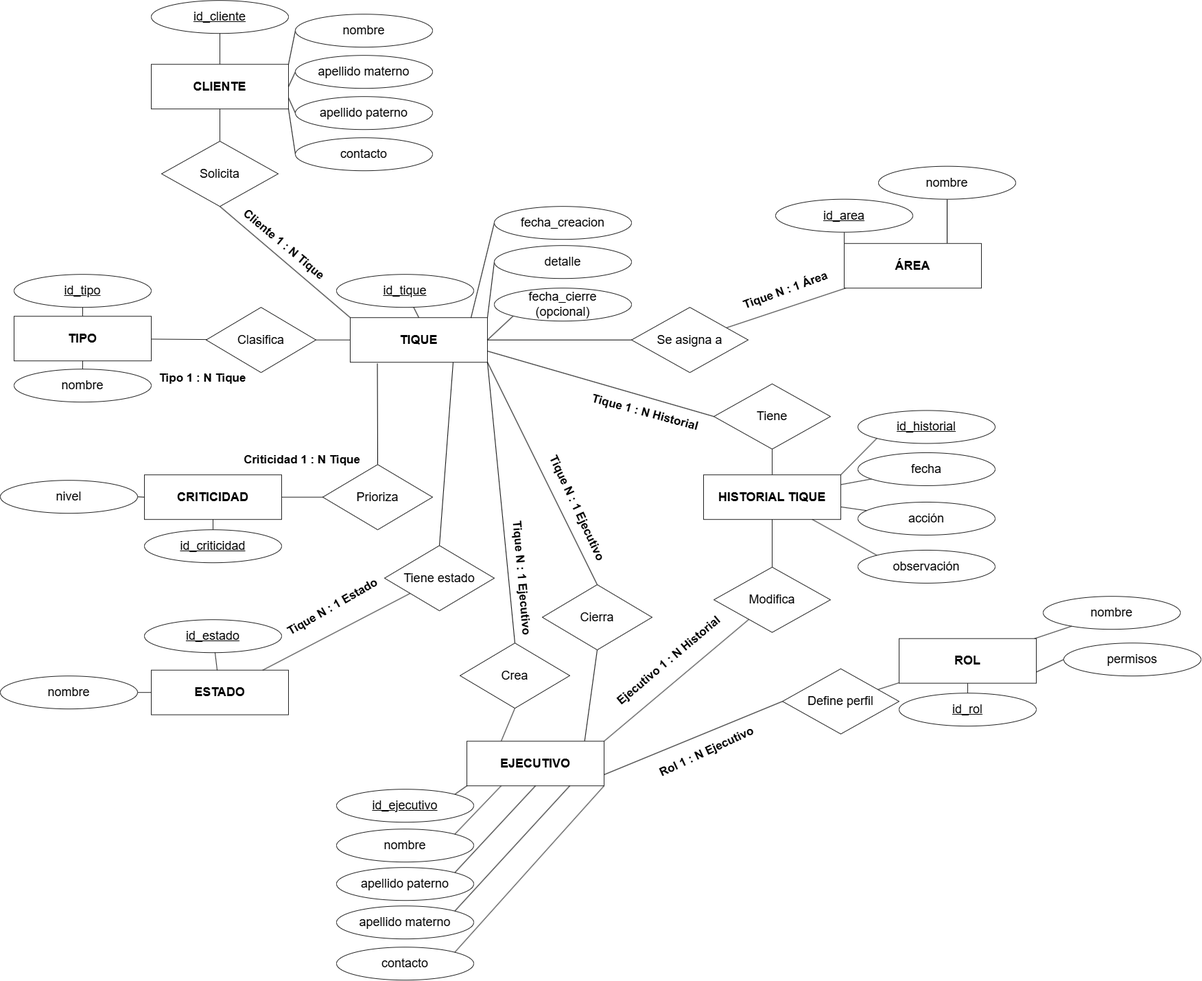
Earlier version of the draw.io export Diagramas/MER-Chen-Actualizado.png (jorgeortizcastillo2020-hue/IEC_C2_N1-Sistema-de-creacion-de-Tiques-JJR). Source tidied: cells renumbered, new cells last; positions are measured from the earlier drawing's top-left corner, leaving out a move shared by most shapes.
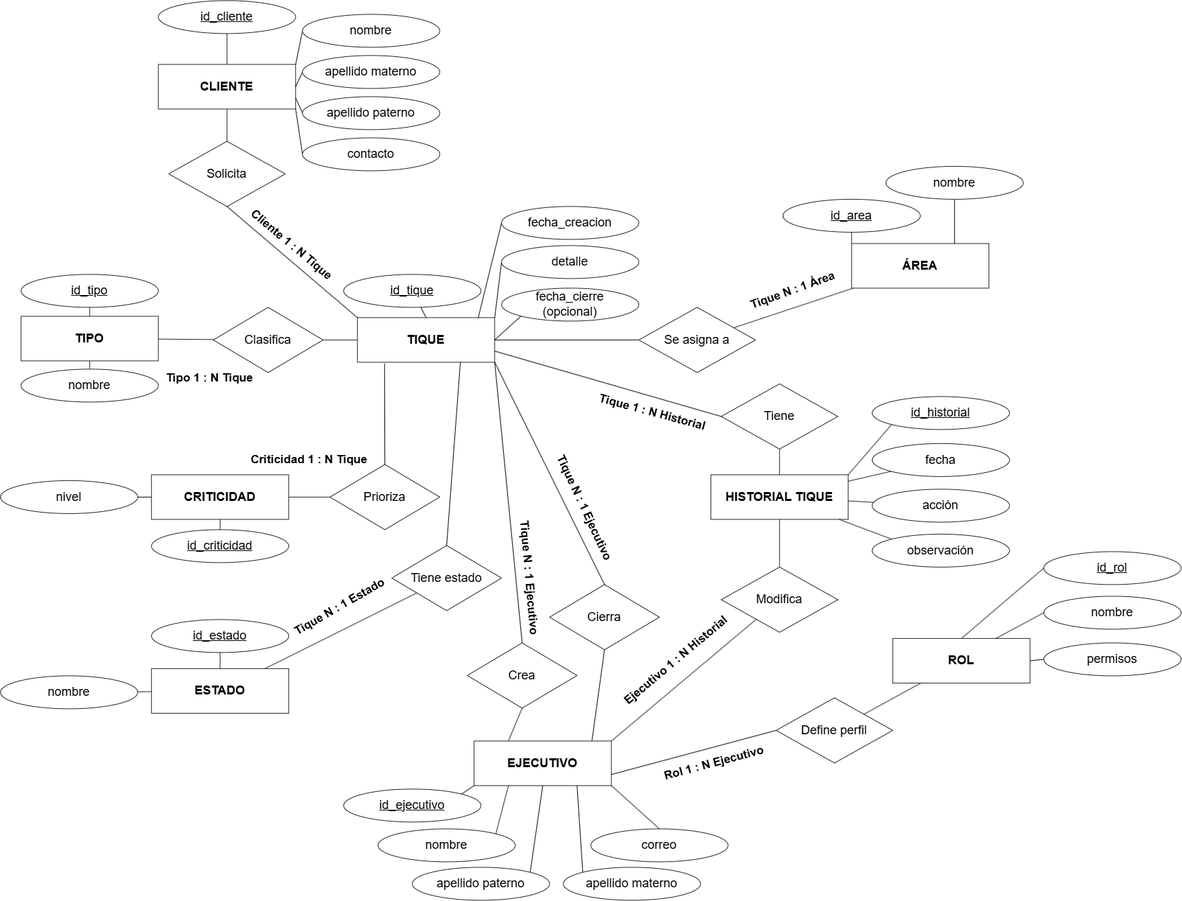
Above is the later version.

Change to the diagram source:
```diff
@@ -54,7 +54,7 @@
       <mxGeometry relative="1" as="geometry" />
     </mxCell>
     <mxCell id="19" value="nivel" style="html=0;whiteSpace=wrap;align=center;verticalAlign=middle;fontFamily=Arial;fontSize=18;strokeColor=#222222;fillColor=#FFFFFF;ellipse;" parent="1" vertex="1">
-      <mxGeometry y="699" width="200" height="48" as="geometry" />
+      <mxGeometry x="-10" y="699.5" width="200" height="48" as="geometry" />
     </mxCell>
     <mxCell id="20" style="edgeStyle=none;shape=connector;rounded=0;jettySize=auto;html=1;exitX=0;exitY=0;exitDx=0;exitDy=0;entryX=0.5;entryY=1;entryDx=0;entryDy=0;strokeColor=default;align=center;verticalAlign=middle;fontFamily=Helvetica;fontSize=11;fontColor=default;labelBackgroundColor=default;startArrow=none;startFill=0;endArrow=none;endFill=0;" parent="1" edge="1" source="23" target="65">
       <mxGeometry relative="1" as="geometry" />
@@ -111,25 +111,25 @@
       <mxGeometry x="1025" y="691" width="200" height="65" as="geometry" />
     </mxCell>
     <mxCell id="38" value="id_historial" style="html=0;whiteSpace=wrap;align=center;verticalAlign=middle;fontFamily=Arial;fontSize=18;strokeColor=#222222;fillColor=#FFFFFF;ellipse;fontStyle=4;" parent="1" vertex="1">
-      <mxGeometry x="1250" y="597.2" width="200" height="48" as="geometry" />
+      <mxGeometry x="1260" y="577" width="200" height="48" as="geometry" />
     </mxCell>
     <mxCell id="39" style="edgeStyle=none;html=0;endArrow=none;startArrow=none;fontSize=18;labelBackgroundColor=#FFFFFF;strokeColor=#222222;exitX=1;exitY=0;exitDx=0;exitDy=0;entryX=0;entryY=1;entryDx=0;entryDy=0;" parent="1" edge="1" source="37" target="38">
       <mxGeometry relative="1" as="geometry" />
     </mxCell>
     <mxCell id="40" value="fecha" style="html=0;whiteSpace=wrap;align=center;verticalAlign=middle;fontFamily=Arial;fontSize=18;strokeColor=#222222;fillColor=#FFFFFF;ellipse;" parent="1" vertex="1">
-      <mxGeometry x="1250" y="658.8" width="200" height="48" as="geometry" />
+      <mxGeometry x="1260" y="645.5" width="200" height="48" as="geometry" />
     </mxCell>
     <mxCell id="41" style="edgeStyle=none;html=0;endArrow=none;startArrow=none;fontSize=18;labelBackgroundColor=#FFFFFF;strokeColor=#222222;" parent="1" edge="1" source="37" target="40">
       <mxGeometry relative="1" as="geometry" />
     </mxCell>
     <mxCell id="42" value="acción" style="html=0;whiteSpace=wrap;align=center;verticalAlign=middle;fontFamily=Arial;fontSize=18;strokeColor=#222222;fillColor=#FFFFFF;ellipse;" parent="1" vertex="1">
-      <mxGeometry x="1250" y="730.8" width="200" height="48" as="geometry" />
+      <mxGeometry x="1260" y="712" width="200" height="48" as="geometry" />
     </mxCell>
     <mxCell id="43" style="edgeStyle=none;html=0;endArrow=none;startArrow=none;fontSize=18;labelBackgroundColor=#FFFFFF;strokeColor=#222222;" parent="1" edge="1" source="37" target="42">
       <mxGeometry relative="1" as="geometry" />
     </mxCell>
     <mxCell id="44" value="observación" style="html=0;whiteSpace=wrap;align=center;verticalAlign=middle;fontFamily=Arial;fontSize=18;strokeColor=#222222;fillColor=#FFFFFF;ellipse;" parent="1" vertex="1">
-      <mxGeometry x="1250" y="800.8" width="200" height="48" as="geometry" />
+      <mxGeometry x="1260" y="777.5" width="200" height="48" as="geometry" />
     </mxCell>
     <mxCell id="45" style="edgeStyle=none;html=0;endArrow=none;startArrow=none;fontSize=18;labelBackgroundColor=#FFFFFF;strokeColor=#222222;entryX=0;entryY=0;entryDx=0;entryDy=0;" parent="1" edge="1" source="37" target="44">
       <mxGeometry relative="1" as="geometry" />
@@ -147,19 +147,19 @@
       <mxGeometry x="490" y="1149" width="200" height="48" as="geometry" />
     </mxCell>
     <mxCell id="50" value="nombre" style="html=0;whiteSpace=wrap;align=center;verticalAlign=middle;fontFamily=Arial;fontSize=18;strokeColor=#222222;fillColor=#FFFFFF;ellipse;" parent="1" vertex="1">
-      <mxGeometry x="490" y="1207" width="200" height="48" as="geometry" />
+      <mxGeometry x="540" y="1207" width="200" height="48" as="geometry" />
     </mxCell>
     <mxCell id="51" style="edgeStyle=none;html=0;endArrow=none;startArrow=none;fontSize=18;labelBackgroundColor=#FFFFFF;strokeColor=#222222;exitX=0.25;exitY=1;exitDx=0;exitDy=0;entryX=1;entryY=0;entryDx=0;entryDy=0;" parent="1" edge="1" source="47" target="50">
       <mxGeometry relative="1" as="geometry" />
     </mxCell>
-    <mxCell id="52" value="contacto" style="html=0;whiteSpace=wrap;align=center;verticalAlign=middle;fontFamily=Arial;fontSize=18;strokeColor=#222222;fillColor=#FFFFFF;ellipse;" parent="1" vertex="1">
-      <mxGeometry x="490" y="1379" width="200" height="48" as="geometry" />
+    <mxCell id="52" value="correo" style="html=0;whiteSpace=wrap;align=center;verticalAlign=middle;fontFamily=Arial;fontSize=18;strokeColor=#222222;fillColor=#FFFFFF;ellipse;" parent="1" vertex="1">
+      <mxGeometry x="850" y="1207" width="200" height="48" as="geometry" />
     </mxCell>
-    <mxCell id="53" style="edgeStyle=none;html=0;endArrow=none;startArrow=none;fontSize=18;labelBackgroundColor=#FFFFFF;strokeColor=#222222;exitX=1;exitY=1;exitDx=0;exitDy=0;entryX=1;entryY=0;entryDx=0;entryDy=0;" parent="1" edge="1" source="47" target="52">
+    <mxCell id="53" style="edgeStyle=none;html=0;endArrow=none;startArrow=none;fontSize=18;labelBackgroundColor=#FFFFFF;strokeColor=#222222;exitX=1;exitY=1;exitDx=0;exitDy=0;entryX=0.5;entryY=0;entryDx=0;entryDy=0;" parent="1" edge="1" source="47" target="52">
       <mxGeometry relative="1" as="geometry" />
     </mxCell>
     <mxCell id="54" value="ESTADO" style="html=0;whiteSpace=wrap;align=center;verticalAlign=middle;fontFamily=Arial;fontSize=18;strokeColor=#222222;fillColor=#FFFFFF;fontStyle=1;" parent="1" vertex="1">
-      <mxGeometry x="220" y="975.5" width="200" height="65" as="geometry" />
+      <mxGeometry x="210" y="973.5" width="200" height="65" as="geometry" />
     </mxCell>
     <mxCell id="55" value="id_estado" style="html=0;whiteSpace=wrap;align=center;verticalAlign=middle;fontFamily=Arial;fontSize=18;strokeColor=#222222;fillColor=#FFFFFF;ellipse;fontStyle=4;" parent="1" vertex="1">
       <mxGeometry x="210" y="902" width="200" height="48" as="geometry" />
@@ -168,27 +168,27 @@
       <mxGeometry relative="1" as="geometry" />
     </mxCell>
     <mxCell id="57" value="nombre" style="html=0;whiteSpace=wrap;align=center;verticalAlign=middle;fontFamily=Arial;fontSize=18;strokeColor=#222222;fillColor=#FFFFFF;ellipse;" parent="1" vertex="1">
-      <mxGeometry y="984" width="200" height="48" as="geometry" />
+      <mxGeometry x="-10" y="984" width="200" height="48" as="geometry" />
     </mxCell>
     <mxCell id="58" style="edgeStyle=none;html=0;endArrow=none;startArrow=none;fontSize=18;labelBackgroundColor=#FFFFFF;strokeColor=#222222;" parent="1" edge="1" source="54" target="57">
       <mxGeometry relative="1" as="geometry" />
     </mxCell>
-    <mxCell id="59" style="edgeStyle=none;shape=connector;rounded=0;jettySize=auto;html=1;exitX=1;exitY=0.75;exitDx=0;exitDy=0;entryX=0;entryY=0.5;entryDx=0;entryDy=0;strokeColor=default;align=center;verticalAlign=middle;fontFamily=Helvetica;fontSize=11;fontColor=default;labelBackgroundColor=default;startArrow=none;startFill=0;endArrow=none;endFill=0;" parent="1" edge="1" source="60" target="108">
+    <mxCell id="59" style="edgeStyle=none;shape=connector;rounded=0;jettySize=auto;html=1;exitX=1;exitY=0.5;exitDx=0;exitDy=0;entryX=0;entryY=0.5;entryDx=0;entryDy=0;strokeColor=default;align=center;verticalAlign=middle;fontFamily=Helvetica;fontSize=11;fontColor=default;labelBackgroundColor=default;startArrow=none;startFill=0;endArrow=none;endFill=0;" parent="1" edge="1" source="60" target="108">
       <mxGeometry relative="1" as="geometry" />
     </mxCell>
     <mxCell id="60" value="ROL" style="html=0;whiteSpace=wrap;align=center;verticalAlign=middle;fontFamily=Arial;fontSize=18;strokeColor=#222222;fillColor=#FFFFFF;fontStyle=1;" parent="1" vertex="1">
-      <mxGeometry x="1310" y="929.5" width="200" height="65" as="geometry" />
+      <mxGeometry x="1290" y="929.5" width="200" height="65" as="geometry" />
     </mxCell>
     <mxCell id="61" value="id_rol" style="html=0;whiteSpace=wrap;align=center;verticalAlign=middle;fontFamily=Arial;fontSize=18;strokeColor=#222222;fillColor=#FFFFFF;ellipse;fontStyle=4;" parent="1" vertex="1">
-      <mxGeometry x="1310" y="1009" width="200" height="48" as="geometry" />
+      <mxGeometry x="1510" y="803" width="200" height="48" as="geometry" />
     </mxCell>
-    <mxCell id="62" style="edgeStyle=none;html=0;endArrow=none;startArrow=none;fontSize=18;labelBackgroundColor=#FFFFFF;strokeColor=#222222;" parent="1" edge="1" source="60" target="61">
+    <mxCell id="62" style="edgeStyle=none;html=0;endArrow=none;startArrow=none;fontSize=18;labelBackgroundColor=#FFFFFF;strokeColor=#222222;entryX=0;entryY=0.5;entryDx=0;entryDy=0;exitX=0.5;exitY=0;exitDx=0;exitDy=0;" parent="1" edge="1" source="60" target="61">
       <mxGeometry relative="1" as="geometry" />
     </mxCell>
     <mxCell id="63" value="nombre" style="html=0;whiteSpace=wrap;align=center;verticalAlign=middle;fontFamily=Arial;fontSize=18;strokeColor=#222222;fillColor=#FFFFFF;ellipse;" parent="1" vertex="1">
-      <mxGeometry x="1520" y="868" width="200" height="48" as="geometry" />
+      <mxGeometry x="1510" y="868" width="200" height="48" as="geometry" />
     </mxCell>
-    <mxCell id="64" style="edgeStyle=none;html=0;endArrow=none;startArrow=none;fontSize=18;labelBackgroundColor=#FFFFFF;strokeColor=#222222;" parent="1" edge="1" source="60" target="63">
+    <mxCell id="64" style="edgeStyle=none;html=0;endArrow=none;startArrow=none;fontSize=18;labelBackgroundColor=#FFFFFF;strokeColor=#222222;entryX=0;entryY=0.5;entryDx=0;entryDy=0;exitX=0.75;exitY=0;exitDx=0;exitDy=0;" parent="1" edge="1" source="60" target="63">
       <mxGeometry relative="1" as="geometry" />
     </mxCell>
     <mxCell id="65" value="Solicita" style="html=0;whiteSpace=wrap;align=center;verticalAlign=middle;fontFamily=Arial;fontSize=18;strokeColor=#222222;fillColor=#FFFFFF;rhombus;" parent="1" vertex="1">
@@ -254,7 +254,7 @@
       <mxGeometry relative="1" as="geometry" />
     </mxCell>
     <mxCell id="85" value="Define perfil" style="html=0;whiteSpace=wrap;align=center;verticalAlign=middle;fontFamily=Arial;fontSize=18;strokeColor=#222222;fillColor=#FFFFFF;rhombus;" parent="1" vertex="1">
-      <mxGeometry x="1140" y="973.5" width="170" height="95" as="geometry" />
+      <mxGeometry x="1120" y="1016" width="170" height="95" as="geometry" />
     </mxCell>
     <mxCell id="86" style="edgeStyle=none;html=0;endArrow=none;startArrow=none;fontSize=18;labelBackgroundColor=#FFFFFF;strokeColor=#222222;" parent="1" edge="1" source="60" target="85">
       <mxGeometry relative="1" as="geometry" />
@@ -283,8 +283,8 @@
     <mxCell id="94" value="Ejecutivo 1 : N Historial" style="text;html=0;whiteSpace=wrap;align=center;verticalAlign=middle;fontFamily=Arial;fontSize=17;fontStyle=1;fillColor=#FFFFFF;strokeColor=none;rotation=-40;" parent="1" vertex="1">
       <mxGeometry x="875" y="946" width="200" height="32" as="geometry" />
     </mxCell>
-    <mxCell id="95" value="Rol 1 : N Ejecutivo" style="text;html=0;whiteSpace=wrap;align=center;verticalAlign=middle;fontFamily=Arial;fontSize=17;fontStyle=1;fillColor=#FFFFFF;strokeColor=none;rotation=-25;" parent="1" vertex="1">
-      <mxGeometry x="950" y="1079" width="160" height="32" as="geometry" />
+    <mxCell id="95" value="Rol 1 : N Ejecutivo" style="text;html=0;whiteSpace=wrap;align=center;verticalAlign=middle;fontFamily=Arial;fontSize=17;fontStyle=1;fillColor=#FFFFFF;strokeColor=none;rotation=-15;" parent="1" vertex="1">
+      <mxGeometry x="950" y="1095.5" width="160" height="32" as="geometry" />
     </mxCell>
     <mxCell id="96" value="Tique N : 1 Estado" style="text;html=0;whiteSpace=wrap;align=center;verticalAlign=middle;fontFamily=Arial;fontSize=17;fontStyle=1;fillColor=#FFFFFF;strokeColor=none;rotation=-30;" parent="1" vertex="1">
       <mxGeometry x="405" y="868" width="160" height="32" as="geometry" />
@@ -298,17 +298,17 @@
     <mxCell id="99" value="contacto" style="html=0;whiteSpace=wrap;align=center;verticalAlign=middle;fontFamily=Arial;fontSize=18;strokeColor=#222222;fillColor=#FFFFFF;ellipse;" parent="1" vertex="1">
       <mxGeometry x="430" y="200" width="200" height="48" as="geometry" />
     </mxCell>
-    <mxCell id="100" style="edgeStyle=none;shape=connector;rounded=0;jettySize=auto;html=1;exitX=1;exitY=0;exitDx=0;exitDy=0;entryX=0.75;entryY=1;entryDx=0;entryDy=0;strokeColor=default;align=center;verticalAlign=middle;fontFamily=Helvetica;fontSize=11;fontColor=default;labelBackgroundColor=default;startArrow=none;startFill=0;endArrow=none;endFill=0;" parent="1" edge="1" source="101" target="47">
+    <mxCell id="100" style="edgeStyle=none;shape=connector;rounded=0;jettySize=auto;html=1;exitX=0;exitY=0;exitDx=0;exitDy=0;entryX=0.75;entryY=1;entryDx=0;entryDy=0;strokeColor=default;align=center;verticalAlign=middle;fontFamily=Helvetica;fontSize=11;fontColor=default;labelBackgroundColor=default;startArrow=none;startFill=0;endArrow=none;endFill=0;" parent="1" edge="1" source="101" target="47">
       <mxGeometry relative="1" as="geometry" />
     </mxCell>
     <mxCell id="101" value="apellido materno" style="html=0;whiteSpace=wrap;align=center;verticalAlign=middle;fontFamily=Arial;fontSize=18;strokeColor=#222222;fillColor=#FFFFFF;ellipse;" parent="1" vertex="1">
-      <mxGeometry x="490" y="1319" width="200" height="48" as="geometry" />
+      <mxGeometry x="810" y="1263" width="200" height="48" as="geometry" />
     </mxCell>
     <mxCell id="102" style="edgeStyle=none;shape=connector;rounded=0;jettySize=auto;html=1;exitX=1;exitY=0;exitDx=0;exitDy=0;entryX=0.5;entryY=1;entryDx=0;entryDy=0;strokeColor=default;align=center;verticalAlign=middle;fontFamily=Helvetica;fontSize=11;fontColor=default;labelBackgroundColor=default;startArrow=none;startFill=0;endArrow=none;endFill=0;" parent="1" edge="1" source="103" target="47">
       <mxGeometry relative="1" as="geometry" />
     </mxCell>
     <mxCell id="103" value="apellido paterno" style="html=0;whiteSpace=wrap;align=center;verticalAlign=middle;fontFamily=Arial;fontSize=18;strokeColor=#222222;fillColor=#FFFFFF;ellipse;" parent="1" vertex="1">
-      <mxGeometry x="490" y="1263" width="200" height="48" as="geometry" />
+      <mxGeometry x="590" y="1263" width="200" height="48" as="geometry" />
     </mxCell>
     <mxCell id="104" value="Tique 1 : N Historial" style="text;html=0;whiteSpace=wrap;align=center;verticalAlign=middle;fontFamily=Arial;fontSize=17;fontStyle=1;fillColor=#FFFFFF;strokeColor=none;rotation=15;" parent="1" vertex="1">
       <mxGeometry x="850" y="585" width="180" height="32" as="geometry" />
@@ -323,7 +323,7 @@
       <mxGeometry x="750" y="724" width="180" height="32" as="geometry" />
     </mxCell>
     <mxCell id="108" value="permisos" style="html=0;whiteSpace=wrap;align=center;verticalAlign=middle;fontFamily=Arial;fontSize=18;strokeColor=#222222;fillColor=#FFFFFF;ellipse;" parent="1" vertex="1">
-      <mxGeometry x="1550" y="936" width="200" height="48" as="geometry" />
+      <mxGeometry x="1510" y="936" width="200" height="48" as="geometry" />
     </mxCell>
   </root>
 </mxGraphModel>
```
